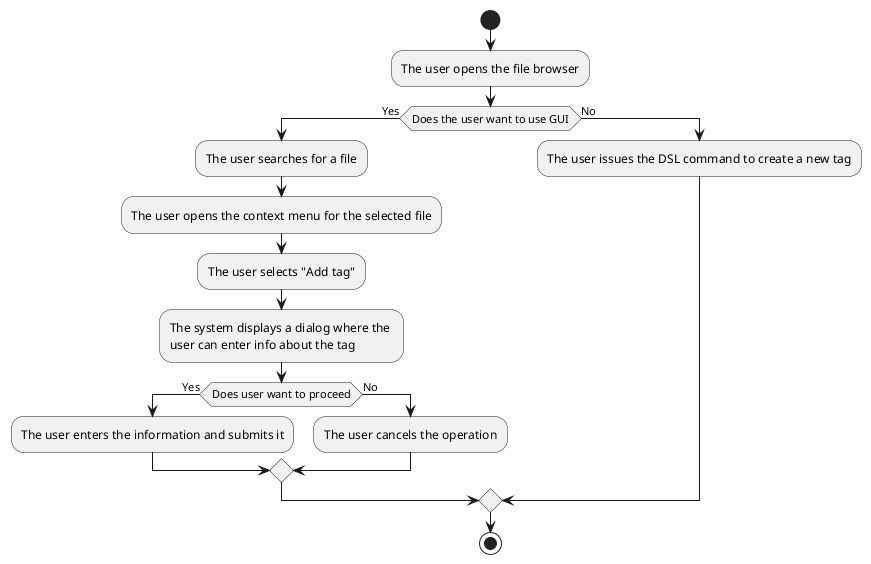
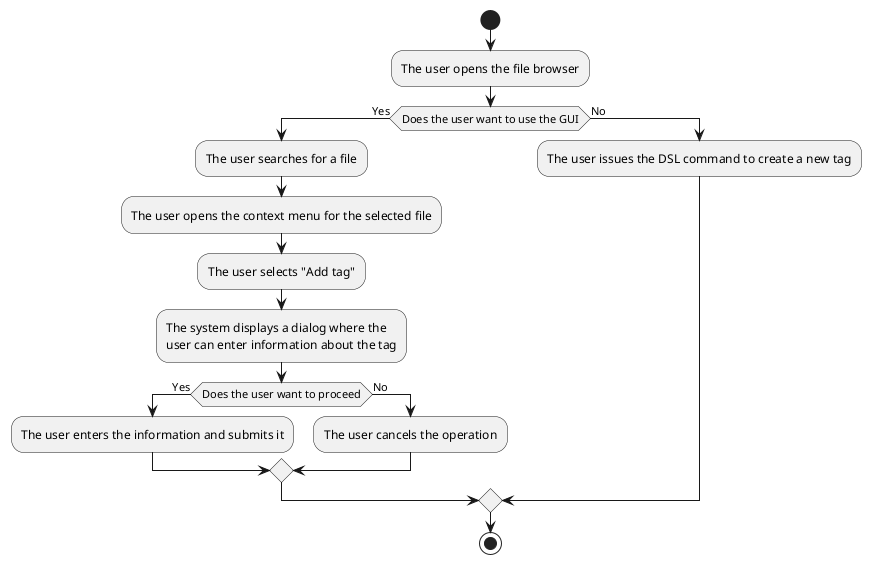
@startuml
start
:The user opens the file browser;
- if (Does the user want to use GUI) then (Yes)
+ if (Does the user want to use the GUI) then (Yes)
:The user searches for a file;
:The user opens the context menu for the selected file;
:The user selects "Add tag";
- :The system displays a dialog where the \nuser can enter info about the tag;
- if (Does user want to proceed) then (Yes)
+ :The system displays a dialog where the \nuser can enter information about the tag;
+ if (Does the user want to proceed) then (Yes)
:The user enters the information and submits it;
else (No)
:The user cancels the operation;
endif
else (No)
:The user issues the DSL command to create a new tag;
endif
stop
@enduml
